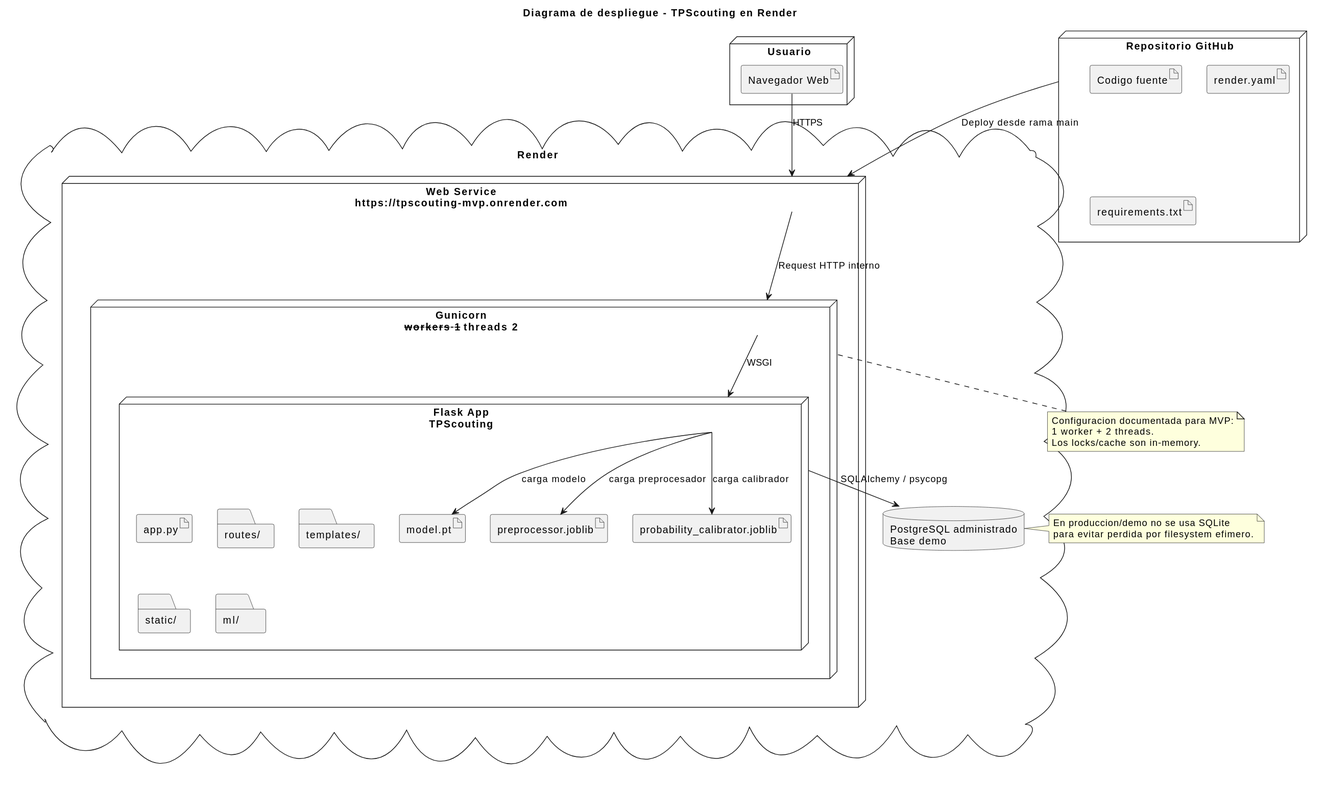
indio21/TPScouting keeps this PlantUML diagram as docs/diagramas/export/04_despliegue.svg. Above is the earlier version. Source of this version:
```plantuml
@startuml
title Diagrama de despliegue - TPScouting en Render

node "Usuario" {
  artifact "Navegador Web" as Browser
}

cloud "Render" {
  node "Web Service\nhttps://tpscouting-mvp.onrender.com" as RenderWeb {
    node "Gunicorn\n--workers 1 --threads 2" as Gunicorn {
      node "Flask App\nTPScouting" as FlaskApp {
        artifact "app.py" as AppPy
        folder "routes/" as Routes
        folder "templates/" as Templates
        folder "static/" as Static
        folder "ml/" as MLRuntime
        artifact "model.pt" as ModelPT
        artifact "preprocessor.joblib" as Preprocessor
        artifact "probability_calibrator.joblib" as Calibrator
      }
    }
  }

  database "PostgreSQL administrado\nBase demo" as RenderDB
}

node "Repositorio GitHub" as GitHub {
  artifact "Codigo fuente" as Code
  artifact "render.yaml" as RenderYaml
  artifact "requirements.txt" as Requirements
}

Browser --> RenderWeb : HTTPS
RenderWeb --> Gunicorn : Request HTTP interno
Gunicorn --> FlaskApp : WSGI
FlaskApp --> RenderDB : SQLAlchemy / psycopg
FlaskApp --> ModelPT : carga modelo
FlaskApp --> Preprocessor : carga preprocesador
FlaskApp --> Calibrator : carga calibrador

GitHub --> RenderWeb : Deploy desde rama main

note right of RenderDB
En produccion/demo no se usa SQLite
para evitar perdida por filesystem efimero.
end note

note bottom of Gunicorn
Configuracion documentada para MVP:
1 worker + 2 threads.
Los locks/cache son in-memory.
end note
@enduml
```
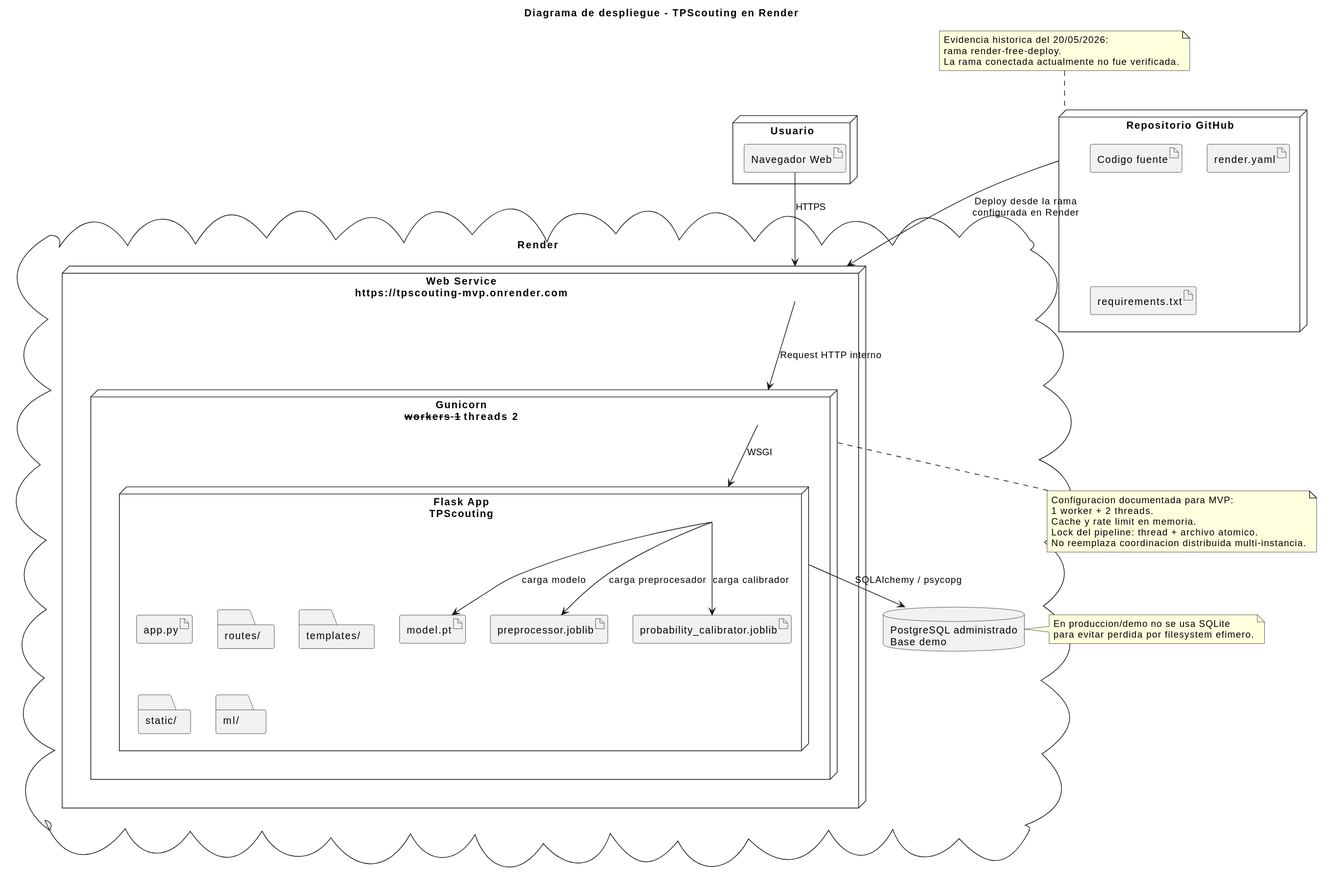
Later version of the same file.

Diff of the diagram source:
```diff
@@ -38,7 +38,7 @@
 FlaskApp --> Preprocessor : carga preprocesador
 FlaskApp --> Calibrator : carga calibrador
 
-GitHub --> RenderWeb : Deploy desde rama main
+GitHub --> RenderWeb : Deploy desde la rama\nconfigurada en Render
 
 note right of RenderDB
 En produccion/demo no se usa SQLite
@@ -48,6 +48,14 @@
 note bottom of Gunicorn
 Configuracion documentada para MVP:
 1 worker + 2 threads.
-Los locks/cache son in-memory.
+Cache y rate limit en memoria.
+Lock del pipeline: thread + archivo atomico.
+No reemplaza coordinacion distribuida multi-instancia.
+end note
+
+note top of GitHub
+Evidencia historica del 20/05/2026:
+rama render-free-deploy.
+La rama conectada actualmente no fue verificada.
 end note
 @enduml
```
